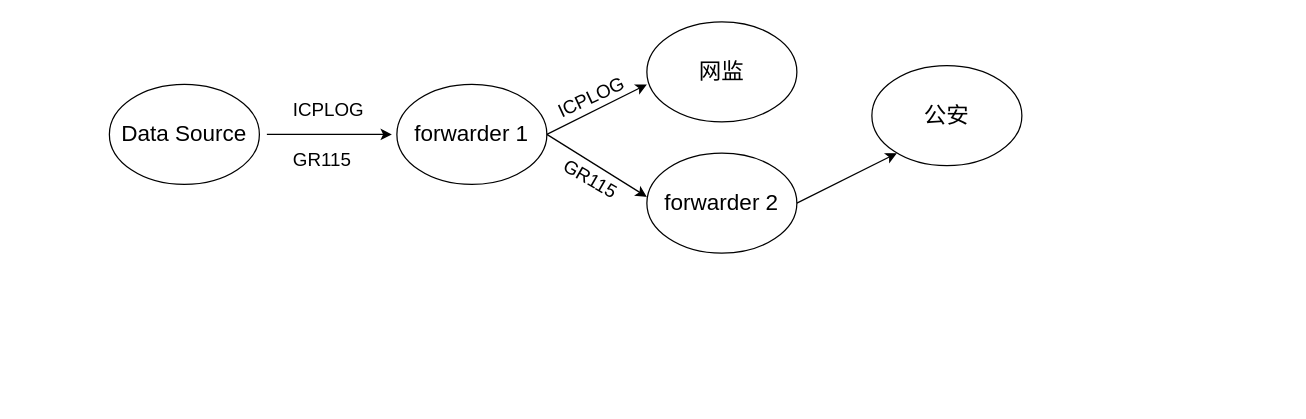
ywq1113/scripts keeps this draw.io diagram as 架构.drawio. Above is the earlier version. Source tidied: cells renumbered, new cells numbered last; positions are measured from the earlier drawing's top-left corner, leaving out a move shared by most shapes. Both pictures are drawn from the tidied source at 125%, with x=0, y=0 at pixel (109, 21).
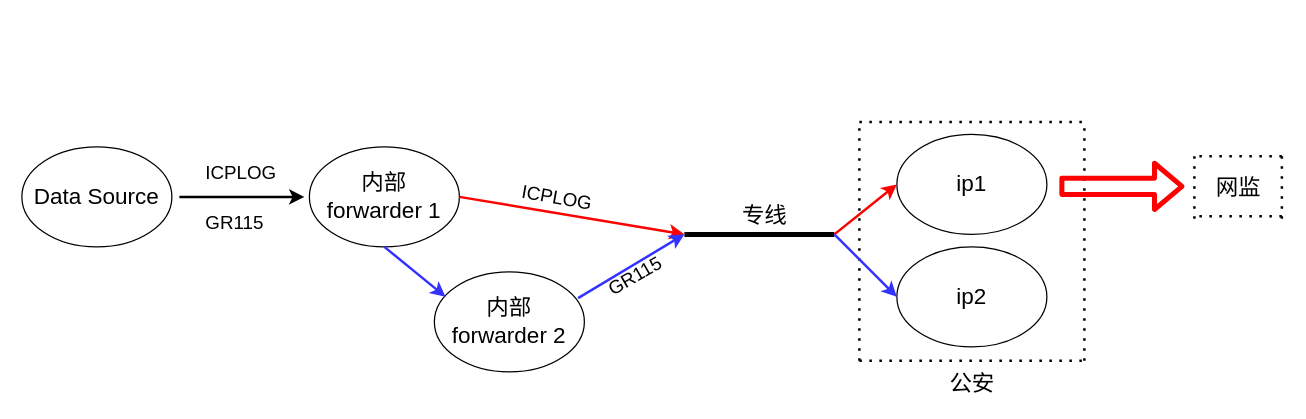
Above is the later version.

Change to the diagram source:
```diff
@@
     <mxCell id="2" value="&lt;font style=&quot;font-size: 18px&quot;&gt;Data Source&lt;/font&gt;" style="ellipse;whiteSpace=wrap;html=1;" parent="1" vertex="1">
-      <mxGeometry y="50" width="120" height="80" as="geometry" />
+      <mxGeometry x="-70" y="100" width="120" height="80" as="geometry" />
     </mxCell>
-    <mxCell id="3" style="endArrow=classic;html=1;exitX=1;exitY=0.5;exitDx=0;exitDy=0;" parent="1" edge="1">
+    <mxCell id="3" style="endArrow=classic;html=1;exitX=1;exitY=0.5;exitDx=0;exitDy=0;strokeWidth=2;" parent="1" edge="1">
       <mxGeometry relative="1" as="geometry">
-        <mxPoint x="126" y="90" as="sourcePoint" />
-        <mxPoint x="226" y="90" as="targetPoint" />
+        <mxPoint x="56" y="140" as="sourcePoint" />
+        <mxPoint x="156" y="140" as="targetPoint" />
       </mxGeometry>
     </mxCell>
     <mxCell id="4" value="&lt;font style=&quot;font-size: 15px&quot;&gt;ICPLOG&lt;/font&gt;" style="text;html=1;align=center;verticalAlign=middle;rotation=0;" parent="1" vertex="1">
-      <mxGeometry x="140" y="60" width="70" height="20" as="geometry" />
+      <mxGeometry x="70" y="110" width="70" height="20" as="geometry" />
     </mxCell>
     <mxCell id="5" value="&lt;font style=&quot;font-size: 15px&quot;&gt;GR115&lt;/font&gt;" style="text;html=1;align=center;verticalAlign=middle;rotation=0;" parent="1" vertex="1">
-      <mxGeometry x="140" y="100" width="60" height="20" as="geometry" />
+      <mxGeometry x="70" y="150" width="60" height="20" as="geometry" />
     </mxCell>
-    <mxCell id="6" value="&lt;span style=&quot;font-size: 18px&quot;&gt;forwarder 1&lt;/span&gt;" style="ellipse;whiteSpace=wrap;html=1;" parent="1" vertex="1">
-      <mxGeometry x="230" y="50" width="120" height="80" as="geometry" />
+    <mxCell id="6" value="&lt;span style=&quot;font-size: 18px&quot;&gt;内部&lt;br&gt;forwarder 1&lt;/span&gt;" style="ellipse;whiteSpace=wrap;html=1;" parent="1" vertex="1">
+      <mxGeometry x="160" y="100" width="120" height="80" as="geometry" />
     </mxCell>
-    <mxCell id="7" style="endArrow=classic;html=1;exitX=1;exitY=0.5;exitDx=0;exitDy=0;" parent="1" edge="1" source="6">
+    <mxCell id="7" style="endArrow=classic;html=1;exitX=1;exitY=0.5;exitDx=0;exitDy=0;strokeColor=#FF0000;strokeWidth=2;" parent="1" edge="1" source="6">
       <mxGeometry relative="1" as="geometry">
-        <mxPoint x="430" y="50" as="targetPoint" />
+        <mxPoint x="460" y="170" as="targetPoint" />
       </mxGeometry>
     </mxCell>
-    <mxCell id="8" value="&lt;span style=&quot;font-size: 18px&quot;&gt;forwarder 2&lt;/span&gt;" style="ellipse;whiteSpace=wrap;html=1;" parent="1" vertex="1">
-      <mxGeometry x="430" y="105" width="120" height="80" as="geometry" />
+    <mxCell id="8" value="&lt;span style=&quot;font-size: 18px&quot;&gt;内部&lt;br&gt;forwarder 2&lt;/span&gt;" style="ellipse;whiteSpace=wrap;html=1;" parent="1" vertex="1">
+      <mxGeometry x="260" y="200" width="120" height="80" as="geometry" />
     </mxCell>
-    <mxCell id="9" style="endArrow=classic;html=1;" parent="1" edge="1">
-      <mxGeometry relative="1" as="geometry">
-        <mxPoint x="350" y="90" as="sourcePoint" />
-        <mxPoint x="430" y="140" as="targetPoint" />
-      </mxGeometry>
+    <mxCell id="9" style="endArrow=classic;html=1;entryX=0.075;entryY=0.25;entryDx=0;entryDy=0;entryPerimeter=0;exitX=0.5;exitY=1;exitDx=0;exitDy=0;strokeColor=#3333FF;strokeWidth=2;" parent="1" edge="1" source="6" target="8">
+      <mxGeometry relative="1" as="geometry" />
     </mxCell>
-    <mxCell id="10" value="&lt;span style=&quot;font-size: 18px&quot;&gt;网监&lt;/span&gt;" style="ellipse;whiteSpace=wrap;html=1;" parent="1" vertex="1">
-      <mxGeometry x="430" width="120" height="80" as="geometry" />
+    <mxCell id="10" value="&lt;span style=&quot;font-size: 18px&quot;&gt;ip1&lt;/span&gt;" style="ellipse;whiteSpace=wrap;html=1;" parent="1" vertex="1">
+      <mxGeometry x="630" y="90" width="120" height="80" as="geometry" />
     </mxCell>
-    <mxCell id="11" value="&lt;font style=&quot;font-size: 15px&quot;&gt;ICPLOG&lt;/font&gt;" style="text;html=1;align=center;verticalAlign=middle;rotation=-25;" parent="1" vertex="1">
-      <mxGeometry x="350" y="50" width="70" height="20" as="geometry" />
+    <mxCell id="11" value="&lt;font style=&quot;font-size: 15px&quot;&gt;ICPLOG&lt;/font&gt;" style="text;html=1;align=center;verticalAlign=middle;rotation=10;" parent="1" vertex="1">
+      <mxGeometry x="323.1" y="130" width="70" height="20" as="geometry" />
     </mxCell>
+    <mxCell id="14" value="&lt;span style=&quot;font-size: 18px&quot;&gt;ip2&lt;/span&gt;" style="ellipse;whiteSpace=wrap;html=1;" parent="1" vertex="1">
+      <mxGeometry x="630" y="180" width="120" height="80" as="geometry" />
+    </mxCell>
+    <mxCell id="15" style="endArrow=none;dashed=1;html=1;dashPattern=1 3;strokeWidth=2;" parent="1" edge="1">
+      <mxGeometry relative="1" as="geometry">
+        <mxPoint x="600" y="271" as="sourcePoint" />
+        <mxPoint x="600" y="80" as="targetPoint" />
+      </mxGeometry>
+    </mxCell>
+    <mxCell id="16" style="endArrow=none;dashed=1;html=1;dashPattern=1 3;strokeWidth=2;" parent="1" edge="1">
+      <mxGeometry relative="1" as="geometry">
+        <mxPoint x="600" y="271" as="sourcePoint" />
+        <mxPoint x="780" y="271" as="targetPoint" />
+      </mxGeometry>
+    </mxCell>
+    <mxCell id="17" style="endArrow=none;dashed=1;html=1;dashPattern=1 3;strokeWidth=2;" parent="1" edge="1">
+      <mxGeometry relative="1" as="geometry">
+        <mxPoint x="600" y="80" as="sourcePoint" />
+        <mxPoint x="780" y="80" as="targetPoint" />
+      </mxGeometry>
+    </mxCell>
+    <mxCell id="18" style="endArrow=none;dashed=1;html=1;dashPattern=1 3;strokeWidth=2;" parent="1" edge="1">
+      <mxGeometry relative="1" as="geometry">
+        <mxPoint x="780" y="271" as="sourcePoint" />
+        <mxPoint x="780" y="81" as="targetPoint" />
+      </mxGeometry>
+    </mxCell>
+    <mxCell id="19" style="group;rotation=0;fontStyle=4;strokeWidth=2;" parent="1" vertex="1">
+      <mxGeometry x="393.1" y="160" width="66.9" height="79.4" as="geometry" />
+    </mxCell>
+    <mxCell id="20" style="endArrow=classic;html=1;exitX=0.958;exitY=0.263;exitDx=0;exitDy=0;strokeColor=#3333FF;strokeWidth=2;exitPerimeter=0;" parent="19" edge="1" source="8">
+      <mxGeometry relative="1" as="geometry">
+        <mxPoint x="66.9" y="10" as="targetPoint" />
+      </mxGeometry>
+    </mxCell>
-    <mxCell id="12" value="&lt;font style=&quot;font-size: 15px&quot;&gt;GR115&lt;/font&gt;" style="text;html=1;align=center;verticalAlign=middle;rotation=30;" parent="1" vertex="1">
-      <mxGeometry x="355" y="115" width="60" height="20" as="geometry" />
+    <mxCell id="12" value="&lt;font style=&quot;font-size: 15px&quot;&gt;GR115&lt;/font&gt;" style="text;html=1;align=center;verticalAlign=middle;rotation=-30;" parent="19" vertex="1">
+      <mxGeometry x="-3" y="33" width="60" height="20" as="geometry" />
     </mxCell>
-    <mxCell id="13" style="endArrow=classic;html=1;exitX=1;exitY=0.5;exitDx=0;exitDy=0;" parent="1" edge="1">
-      <mxGeometry relative="1" as="geometry">
-        <mxPoint x="550" y="145" as="sourcePoint" />
-        <mxPoint x="630" y="105" as="targetPoint" />
-      </mxGeometry>
-    </mxCell>
-    <mxCell id="14" value="&lt;span style=&quot;font-size: 18px&quot;&gt;公安&lt;/span&gt;" style="ellipse;whiteSpace=wrap;html=1;" parent="1" vertex="1">
-      <mxGeometry x="610" y="35" width="120" height="80" as="geometry" />
-    </mxCell>
+    <mxCell id="21" style="endArrow=none;html=1;strokeWidth=4;" parent="1" edge="1">
+      <mxGeometry relative="1" as="geometry">
+        <mxPoint x="460" y="170" as="sourcePoint" />
+        <mxPoint x="580" y="170" as="targetPoint" />
+      </mxGeometry>
+    </mxCell>
+    <mxCell id="22" style="endArrow=classic;html=1;entryX=0;entryY=0.5;entryDx=0;entryDy=0;strokeColor=#FF0000;strokeWidth=2;" parent="1" edge="1" target="10">
+      <mxGeometry relative="1" as="geometry">
+        <mxPoint x="580" y="170" as="sourcePoint" />
+      </mxGeometry>
+    </mxCell>
+    <mxCell id="23" style="endArrow=classic;html=1;entryX=0;entryY=0.5;entryDx=0;entryDy=0;strokeColor=#3333FF;strokeWidth=2;" parent="1" edge="1" target="14">
+      <mxGeometry relative="1" as="geometry">
+        <mxPoint x="580" y="170" as="sourcePoint" />
+      </mxGeometry>
+    </mxCell>
+    <mxCell id="24" value="&lt;font style=&quot;font-size: 18px&quot;&gt;专线&lt;/font&gt;" style="text;html=1;align=center;verticalAlign=middle;" parent="1" vertex="1">
+      <mxGeometry x="499" y="145" width="50" height="20" as="geometry" />
+    </mxCell>
+    <mxCell id="25" value="&lt;font style=&quot;font-size: 18px&quot;&gt;公安&lt;/font&gt;" style="text;html=1;align=center;verticalAlign=middle;" parent="1" vertex="1">
+      <mxGeometry x="665" y="280" width="50" height="20" as="geometry" />
+    </mxCell>
+    <mxCell id="26" style="shape=flexArrow;endArrow=classic;html=1;strokeWidth=4;strokeColor=#FF0000;" parent="1" edge="1">
+      <mxGeometry relative="1" as="geometry">
+        <mxPoint x="760" y="131.5" as="sourcePoint" />
+        <mxPoint x="860.1" y="131.6" as="targetPoint" />
+      </mxGeometry>
+    </mxCell>
+    <mxCell id="27" style="endArrow=none;dashed=1;html=1;dashPattern=1 3;strokeWidth=2;" parent="1" edge="1">
+      <mxGeometry relative="1" as="geometry">
+        <mxPoint x="868" y="157.5" as="sourcePoint" />
+        <mxPoint x="868" y="102.5" as="targetPoint" />
+      </mxGeometry>
+    </mxCell>
+    <mxCell id="28" style="endArrow=none;dashed=1;html=1;dashPattern=1 3;strokeWidth=2;" parent="1" edge="1">
+      <mxGeometry relative="1" as="geometry">
+        <mxPoint x="938" y="157.5" as="sourcePoint" />
+        <mxPoint x="938" y="102.5" as="targetPoint" />
+      </mxGeometry>
+    </mxCell>
+    <mxCell id="29" style="endArrow=none;dashed=1;html=1;dashPattern=1 3;strokeWidth=2;" parent="1" edge="1">
+      <mxGeometry relative="1" as="geometry">
+        <mxPoint x="938" y="155.5" as="sourcePoint" />
+        <mxPoint x="868" y="155.5" as="targetPoint" />
+      </mxGeometry>
+    </mxCell>
+    <mxCell id="30" style="endArrow=none;dashed=1;html=1;dashPattern=1 3;strokeWidth=2;" parent="1" edge="1">
+      <mxGeometry relative="1" as="geometry">
+        <mxPoint x="938" y="107.5" as="sourcePoint" />
+        <mxPoint x="868" y="107.5" as="targetPoint" />
+      </mxGeometry>
+    </mxCell>
+    <mxCell id="31" value="&lt;font style=&quot;font-size: 18px&quot;&gt;网监&lt;/font&gt;" style="text;html=1;align=center;verticalAlign=middle;" parent="1" vertex="1">
+      <mxGeometry x="878" y="122.5" width="50" height="20" as="geometry" />
+    </mxCell>
```
